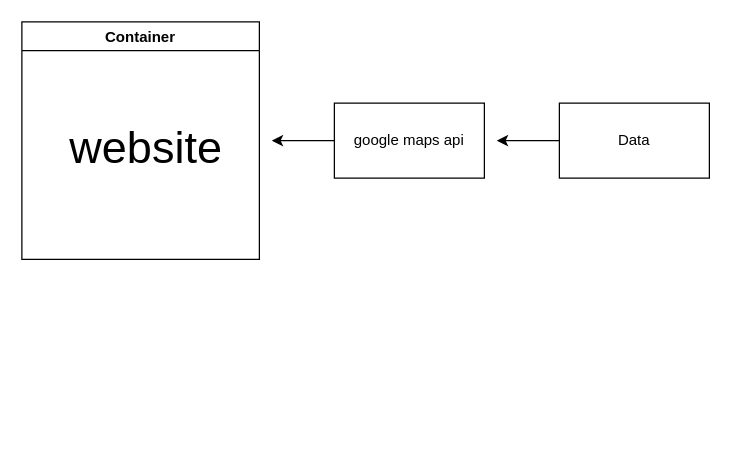
NepsNepsi/qrcodetraining keeps this draw.io diagram as Untitled Diagram.drawio. Above is the earlier version. Source tidied: cells renumbered, new cells numbered last; positions are measured from the earlier drawing's top-left corner, leaving out a move shared by most shapes. Both pictures are drawn from the tidied source at 125%, with x=0, y=0 at pixel (21, 21).
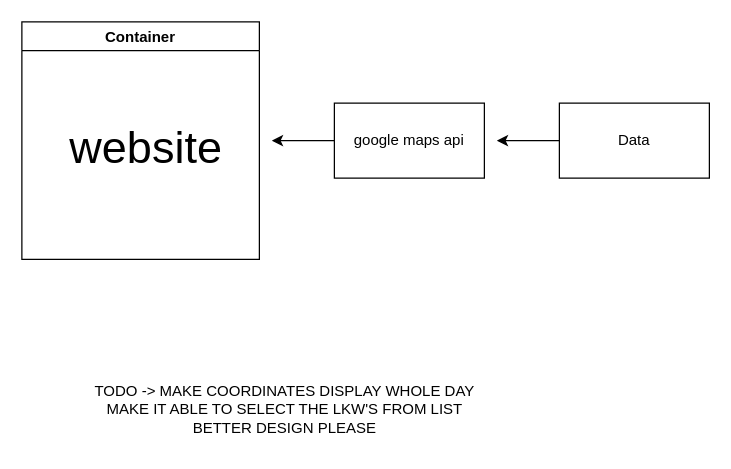
After the change.

Diff of the diagram source:
```diff
@@
 <mxGraphModel>
   <root>
     <mxCell id="0" />
     <mxCell id="1" parent="0" />
     <mxCell id="2" value="Container" style="swimlane;" parent="1" vertex="1">
       <mxGeometry width="190" height="190" as="geometry" />
     </mxCell>
     <mxCell id="3" value="&lt;div style=&quot;font-size: 36px;&quot;&gt;website&lt;/div&gt;" style="text;html=1;align=center;verticalAlign=middle;strokeColor=none;fillColor=none;fontSize=36;" parent="2" vertex="1">
       <mxGeometry x="29" y="70" width="140" height="60" as="geometry" />
     </mxCell>
     <mxCell id="4" style="edgeStyle=orthogonalEdgeStyle;rounded=0;jettySize=auto;html=1;" parent="1" edge="1" source="5">
       <mxGeometry relative="1" as="geometry">
         <mxPoint x="380" y="95" as="targetPoint" />
       </mxGeometry>
     </mxCell>
     <mxCell id="5" value="&lt;div&gt;Data&lt;/div&gt;" style="rounded=0;whiteSpace=wrap;html=1;" parent="1" vertex="1">
       <mxGeometry x="430" y="65" width="120" height="60" as="geometry" />
     </mxCell>
     <mxCell id="6" style="edgeStyle=orthogonalEdgeStyle;rounded=0;jettySize=auto;html=1;" parent="1" edge="1" source="7">
       <mxGeometry relative="1" as="geometry">
         <mxPoint x="200" y="95" as="targetPoint" />
       </mxGeometry>
     </mxCell>
     <mxCell id="7" value="&lt;div&gt;google maps api&lt;/div&gt;" style="rounded=0;whiteSpace=wrap;html=1;" parent="1" vertex="1">
       <mxGeometry x="250" y="65" width="120" height="60" as="geometry" />
     </mxCell>
+    <mxCell id="8" value="TODO -&amp;gt; MAKE COORDINATES DISPLAY WHOLE DAY&lt;br&gt;MAKE IT ABLE TO SELECT THE LKW'S FROM LIST&lt;br&gt;BETTER DESIGN PLEASE" style="text;html=1;align=center;verticalAlign=middle;strokeColor=none;fillColor=none;" parent="1" vertex="1">
+      <mxGeometry x="50" y="280" width="320" height="60" as="geometry" />
+    </mxCell>
   </root>
 </mxGraphModel>
```
